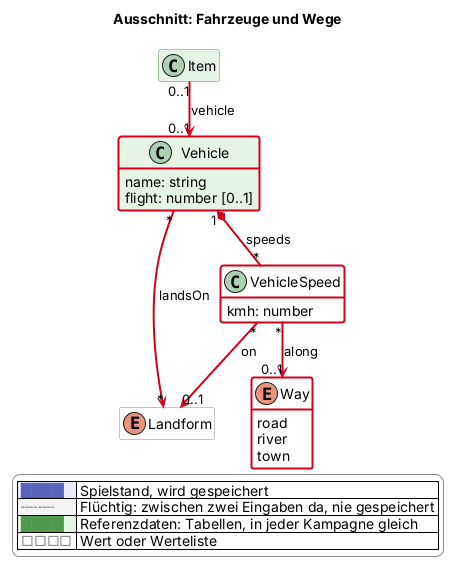
The PlantUML diagram docs/views/logistik.png in scuzzar/SRE, before a commit. Source of this version:
```plantuml
@startuml
!if %not(%variable_exists("$change"))
!$change = "*"
!endif
!function $marked($c)
!return $change == "*" || $change == $c
!endfunction
!function $new($c, $t)
!if $marked($c)
!return "<color:#d0021b><b>" + $t + "</b></color>"
!endif
!return $t
!endfunction
!procedure $gone($c, $t)
!if $marked($c)
<color:#d0021b><s>$t</s></color>
!endif
!endprocedure
!function $newClass($c)
!if $marked($c)
!return "#line:d0021b;line.bold"
!endif
!return ""
!endfunction
!function $newArrow($c)
!if $marked($c)
!return "[#d0021b,bold]"
!endif
!return ""
!endfunction
!function $goneArrow($c)
!if $marked($c)
!return "[#d0021b,dashed]"
!endif
!return ""
!endfunction
!pragma layout smetana
title Ausschnitt: Fahrzeuge und Wege
hide empty members
hide methods
skinparam classAttributeIconSize 0
skinparam shadowing false
skinparam packageStyle rectangle
skinparam class {
  BackgroundColor #e8ecfb
  BorderColor #5b64b8
  BackgroundColor<<transient>> #f4f4f4
  BorderColor<<transient>> #8a8a8a
  BackgroundColor<<reference>> #e6f4e6
  BorderColor<<reference>> #4f9a4f
  BackgroundColor<<value>> #ffffff
  BorderColor<<value>> #8a8a8a
}
skinparam legendBackgroundColor #ffffff
skinparam legendBorderColor #8a8a8a
<style>
classDiagram {
  class {
    .transient {
      LineStyle 5-3
    }
  }
}
</style>
hide <<transient>> stereotype
hide <<reference>> stereotype
hide <<value>> stereotype







  class Item <<reference>> $shop
  enum Landform <<value>> $oberflaeche
  class Vehicle <<reference>> $logistik $newClass("2026-11-15") {
    name: string
    flight: number [0..1]
  }
  class VehicleSpeed <<value>> $logistik $newClass("2026-11-15") {
    kmh: number
  }
  enum Way <<value>> $logistik $newClass("2026-11-15") {
    road
    river
    town
  }





Item "0..1" -$newArrow("2026-11-15")-> "0..1" Vehicle : vehicle
Vehicle "1" *-$newArrow("2026-11-15")- "*" VehicleSpeed : speeds
VehicleSpeed "*" -$newArrow("2026-11-15")-> "0..1" Landform : on
VehicleSpeed "*" -$newArrow("2026-11-15")-> "0..1" Way : along
Vehicle "*" -$newArrow("2026-11-15")-> "*" Landform : landsOn









legend right
  |<#e8ecfb> <color:#5b64b8>████</color> | Spielstand, wird gespeichert |
  |<#f4f4f4> <color:#8a8a8a>╌╌╌╌</color> | Flüchtig: zwischen zwei Eingaben da, nie gespeichert |
  |<#e6f4e6> <color:#4f9a4f>████</color> | Referenzdaten: Tabellen, in jeder Kampagne gleich |
  |<#ffffff> <color:#8a8a8a>□□□□</color> | Wert oder Werteliste |
endlegend
@enduml
```
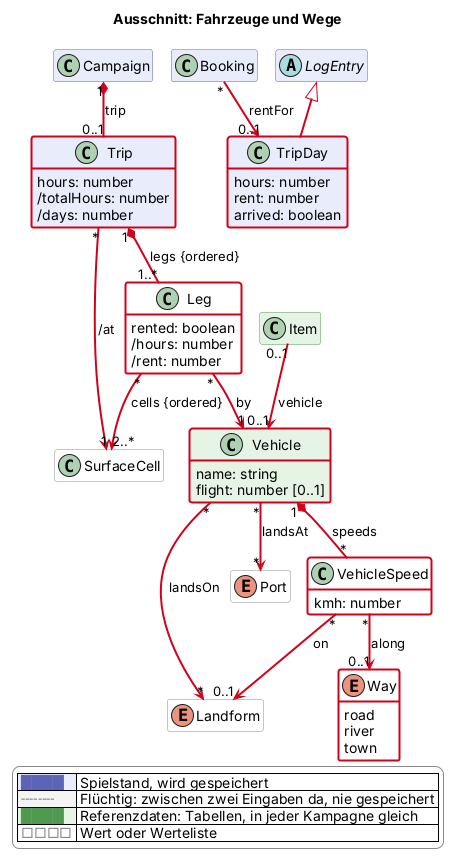
Later version of the same file.

The edit, as a diff of the source:
```diff
@@ -66,20 +66,40 @@
 hide <<reference>> stereotype
 hide <<value>> stereotype
 
+  class Campaign $kampagne
+  class Booking $shop
 
 
 
+  abstract class LogEntry $probe
 
 
 
   class Item <<reference>> $shop
+  class SurfaceCell <<value>> $oberflaeche
   enum Landform <<value>> $oberflaeche
+  enum Port <<value>> $oberflaeche
   class Vehicle <<reference>> $logistik $newClass("2026-11-15") {
     name: string
     flight: number [0..1]
   }
   class VehicleSpeed <<value>> $logistik $newClass("2026-11-15") {
     kmh: number
+  }
+  class Trip $logistik $newClass("2026-11-15") {
+    hours: number
+    /totalHours: number
+    /days: number
+  }
+  class Leg <<value>> $logistik $newClass("2026-11-15") {
+    rented: boolean
+    /hours: number
+    /rent: number
+  }
+  class TripDay $logistik $newClass("2026-11-15") {
+    hours: number
+    rent: number
+    arrived: boolean
   }
   enum Way <<value>> $logistik $newClass("2026-11-15") {
     road
@@ -96,6 +116,14 @@
 VehicleSpeed "*" -$newArrow("2026-11-15")-> "0..1" Landform : on
 VehicleSpeed "*" -$newArrow("2026-11-15")-> "0..1" Way : along
 Vehicle "*" -$newArrow("2026-11-15")-> "*" Landform : landsOn
+Vehicle "*" -$newArrow("2026-11-15")-> "*" Port : landsAt
+Campaign "1" *-$newArrow("2026-11-15")- "0..1" Trip : trip
+Trip "1" *-$newArrow("2026-11-15")- "1..*" Leg : legs {ordered}
+Leg "*" -$newArrow("2026-11-15")-> "1" Vehicle : by
+Leg "*" -$newArrow("2026-11-15")-> "2..*" SurfaceCell : cells {ordered}
+Trip "*" -$newArrow("2026-11-15")-> "1" SurfaceCell : /at
+LogEntry <|-$newArrow("2026-11-15")- TripDay
+Booking "*" -$newArrow("2026-11-15")-> "0..1" TripDay : rentFor
 
 
 
```
